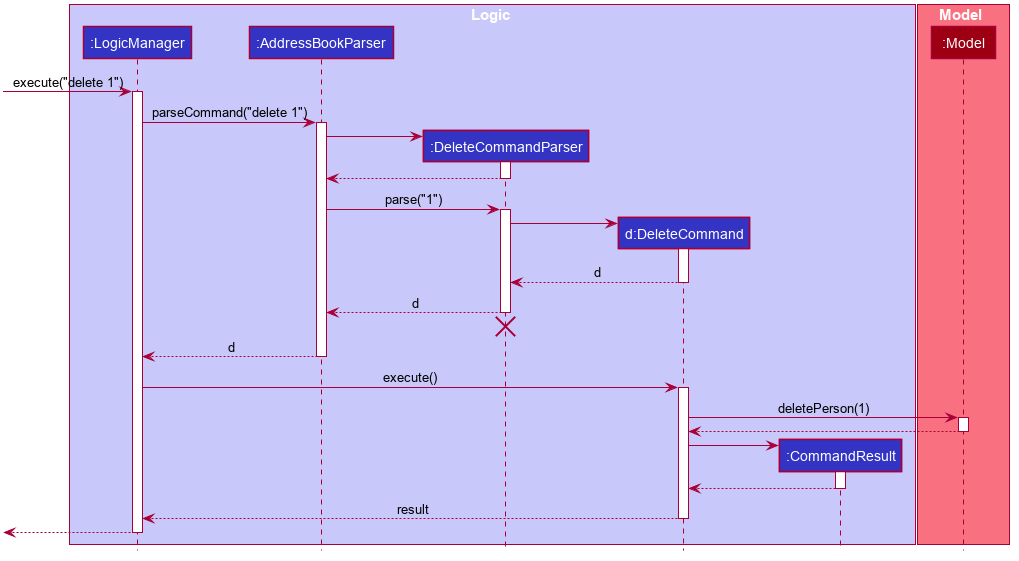
Before: docs/images/DeleteSequenceDiagram.png, a diagram exported from PlantUML (nus-cs2103-AY1920S1/addressbook-level3).
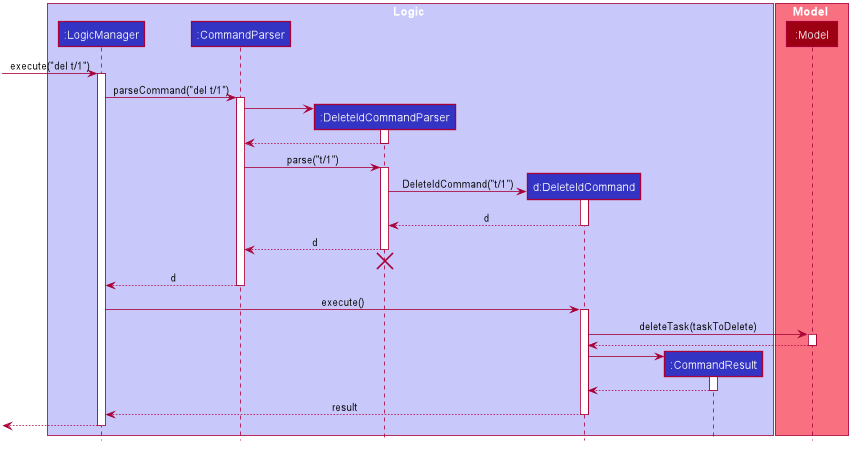
The same file after the commit.

Change to the diagram source:
```diff
@@ -1,4 +1,5 @@
 @startuml
+
 
 
 
@@ -19,6 +20,7 @@
     FontName Arial
 }
 
+
 skinparam Actor {
     BorderColor #000000
     Color #000000
@@ -32,6 +34,7 @@
     BoxFontColor #FFFFFF
     FontName Arial
 }
+
 
 skinparam Participant {
     FontColor #FFFFFFF
@@ -50,9 +53,9 @@
 
 box Logic #C8C8FA
 participant ":LogicManager" as LogicManager #3333C4
-participant ":AddressBookParser" as AddressBookParser #3333C4
-participant ":DeleteCommandParser" as DeleteCommandParser #3333C4
-participant "d:DeleteCommand" as DeleteCommand #3333C4
+participant ":CommandParser" as CommandParser #3333C4
+participant ":DeleteIdCommandParser" as DeleteIdCommandParser #3333C4
+participant "d:DeleteIdCommand" as DeleteIdCommand #3333C4
 participant ":CommandResult" as CommandResult #3333C4
 end box
 
@@ -60,55 +63,55 @@
 participant ":Model" as Model #9D0012
 end box
 
-[-> LogicManager : execute("delete 1")
+[-> LogicManager : execute("del t/1")
 activate LogicManager
 
-LogicManager -> AddressBookParser : parseCommand("delete 1")
-activate AddressBookParser
+LogicManager -> CommandParser : parseCommand("del t/1")
+activate CommandParser
 
-create DeleteCommandParser
-AddressBookParser -> DeleteCommandParser
-activate DeleteCommandParser
+create DeleteIdCommandParser
+CommandParser -> DeleteIdCommandParser
+activate DeleteIdCommandParser
 
-DeleteCommandParser --> AddressBookParser
-deactivate DeleteCommandParser
+DeleteIdCommandParser --> CommandParser
+deactivate DeleteIdCommandParser
 
-AddressBookParser -> DeleteCommandParser : parse("1")
-activate DeleteCommandParser
+CommandParser -> DeleteIdCommandParser : parse("t/1")
+activate DeleteIdCommandParser
 
-create DeleteCommand
-DeleteCommandParser -> DeleteCommand
-activate DeleteCommand
+create DeleteIdCommand
+DeleteIdCommandParser -> DeleteIdCommand : DeleteIdCommand("t/1")
+activate DeleteIdCommand
 
-DeleteCommand --> DeleteCommandParser : d
-deactivate DeleteCommand
+DeleteIdCommand --> DeleteIdCommandParser : d
+deactivate DeleteIdCommand
 
-DeleteCommandParser --> AddressBookParser : d
-deactivate DeleteCommandParser
-DeleteCommandParser -[hidden]-> AddressBookParser
-destroy DeleteCommandParser
+DeleteIdCommandParser --> CommandParser : d
+deactivate DeleteIdCommandParser
+DeleteIdCommandParser -[hidden]-> CommandParser
+destroy DeleteIdCommandParser
 
-AddressBookParser --> LogicManager : d
-deactivate AddressBookParser
+CommandParser --> LogicManager : d
+deactivate CommandParser
 
-LogicManager -> DeleteCommand : execute()
-activate DeleteCommand
+LogicManager -> DeleteIdCommand : execute()
+activate DeleteIdCommand
 
-DeleteCommand -> Model : deletePerson(1)
+DeleteIdCommand -> Model : deleteTask(taskToDelete)
 activate Model
 
-Model --> DeleteCommand
+Model --> DeleteIdCommand
 deactivate Model
 
 create CommandResult
-DeleteCommand -> CommandResult
+DeleteIdCommand -> CommandResult
 activate CommandResult
 
-CommandResult --> DeleteCommand
+CommandResult --> DeleteIdCommand
 deactivate CommandResult
 
-DeleteCommand --> LogicManager : result
-deactivate DeleteCommand
+DeleteIdCommand --> LogicManager : result
+deactivate DeleteIdCommand
 
 [<--LogicManager
 deactivate LogicManager
```
